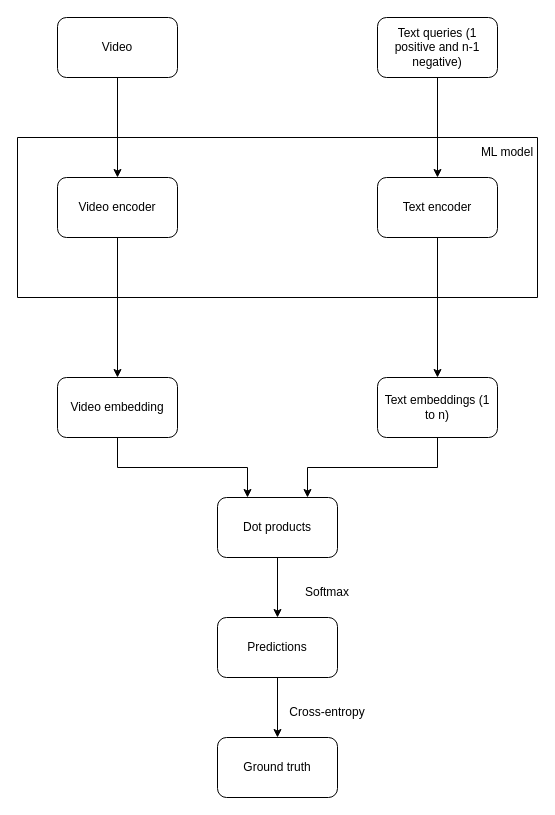
Before: machine-learning/image/machine-learning-system-design-1/youtube-video-search-4.drawio in riehseun/riehseun.github.io, a draw.io diagram. Source tidied: cells renumbered, new cells numbered last; positions are measured from the earlier drawing's top-left corner, leaving out a move shared by most shapes. Both pictures are drawn from the tidied source at 100%, with x=0, y=0 at pixel (17, 17).
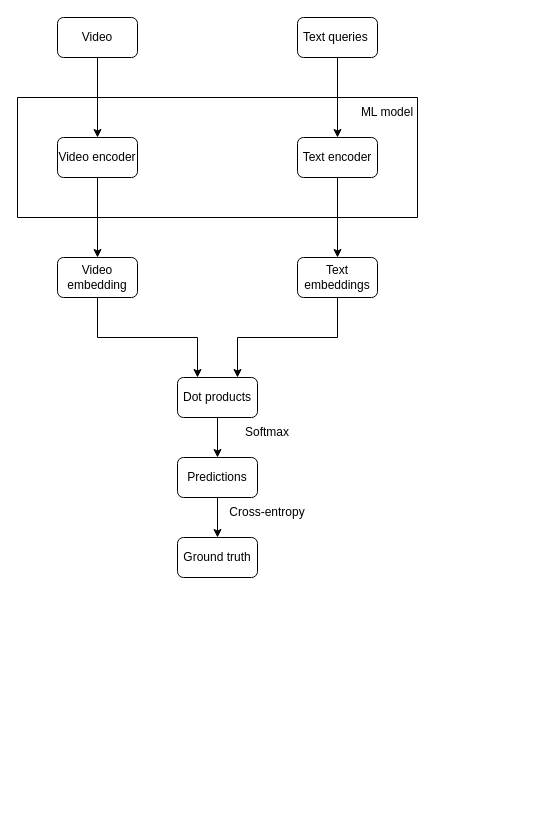
The same diagram, later.

The edit, as a diff of the source:
```diff
@@
     <mxCell id="3" value="Video" style="rounded=1;whiteSpace=wrap;html=1;" parent="1" vertex="1">
-      <mxGeometry x="40" width="120" height="60" as="geometry" />
+      <mxGeometry x="40" width="80" height="40" as="geometry" />
     </mxCell>
@@
-    <mxCell id="5" value="Text queries (1 positive and n-1 negative)" style="rounded=1;whiteSpace=wrap;html=1;" parent="1" vertex="1">
-      <mxGeometry x="360" width="120" height="60" as="geometry" />
+    <mxCell id="5" value="Text queries&amp;nbsp;" style="rounded=1;whiteSpace=wrap;html=1;" parent="1" vertex="1">
+      <mxGeometry x="280" width="80" height="40" as="geometry" />
     </mxCell>
     <mxCell id="6" style="swimlane;startSize=0;" parent="1" vertex="1">
-      <mxGeometry y="120" width="520" height="160" as="geometry" />
+      <mxGeometry y="80" width="400" height="120" as="geometry" />
     </mxCell>
     <mxCell id="7" value="Video encoder" style="rounded=1;whiteSpace=wrap;html=1;" parent="6" vertex="1">
-      <mxGeometry x="40" y="40" width="120" height="60" as="geometry" />
+      <mxGeometry x="40" y="40" width="80" height="40" as="geometry" />
     </mxCell>
     <mxCell id="8" value="Text encoder" style="rounded=1;whiteSpace=wrap;html=1;" parent="6" vertex="1">
-      <mxGeometry x="360" y="40" width="120" height="60" as="geometry" />
+      <mxGeometry x="280" y="40" width="80" height="40" as="geometry" />
     </mxCell>
     <mxCell id="9" value="ML model" style="text;html=1;strokeColor=none;fillColor=none;align=center;verticalAlign=middle;whiteSpace=wrap;rounded=0;" parent="6" vertex="1">
-      <mxGeometry x="460" width="60" height="30" as="geometry" />
+      <mxGeometry x="340" width="60" height="30" as="geometry" />
     </mxCell>
@@
     <mxCell id="11" value="Video embedding" style="rounded=1;whiteSpace=wrap;html=1;" parent="1" vertex="1">
-      <mxGeometry x="40" y="360" width="120" height="60" as="geometry" />
+      <mxGeometry x="40" y="240" width="80" height="40" as="geometry" />
     </mxCell>
@@
-    <mxCell id="13" value="Text embeddings (1 to n)" style="rounded=1;whiteSpace=wrap;html=1;" parent="1" vertex="1">
-      <mxGeometry x="360" y="360" width="120" height="60" as="geometry" />
+    <mxCell id="13" value="Text embeddings" style="rounded=1;whiteSpace=wrap;html=1;" parent="1" vertex="1">
+      <mxGeometry x="280" y="240" width="80" height="40" as="geometry" />
     </mxCell>
@@
     <mxCell id="15" value="Dot products" style="rounded=1;whiteSpace=wrap;html=1;" parent="1" vertex="1">
-      <mxGeometry x="200" y="480" width="120" height="60" as="geometry" />
+      <mxGeometry x="160" y="360" width="80" height="40" as="geometry" />
     </mxCell>
@@
     <mxCell id="17" value="Predictions" style="rounded=1;whiteSpace=wrap;html=1;" parent="1" vertex="1">
-      <mxGeometry x="200" y="600" width="120" height="60" as="geometry" />
+      <mxGeometry x="160" y="440" width="80" height="40" as="geometry" />
     </mxCell>
     <mxCell id="18" value="Ground truth" style="rounded=1;whiteSpace=wrap;html=1;" parent="1" vertex="1">
-      <mxGeometry x="200" y="720" width="120" height="60" as="geometry" />
+      <mxGeometry x="160" y="520" width="80" height="40" as="geometry" />
     </mxCell>
@@
     <mxCell id="21" value="Softmax" style="text;html=1;strokeColor=none;fillColor=none;align=center;verticalAlign=middle;whiteSpace=wrap;rounded=0;" parent="1" vertex="1">
-      <mxGeometry x="260" y="560" width="100" height="30" as="geometry" />
+      <mxGeometry x="200" y="400" width="100" height="30" as="geometry" />
     </mxCell>
     <mxCell id="22" value="Cross-entropy" style="text;html=1;strokeColor=none;fillColor=none;align=center;verticalAlign=middle;whiteSpace=wrap;rounded=0;" parent="1" vertex="1">
-      <mxGeometry x="260" y="680" width="100" height="30" as="geometry" />
+      <mxGeometry x="200" y="480" width="100" height="30" as="geometry" />
     </mxCell>
```
